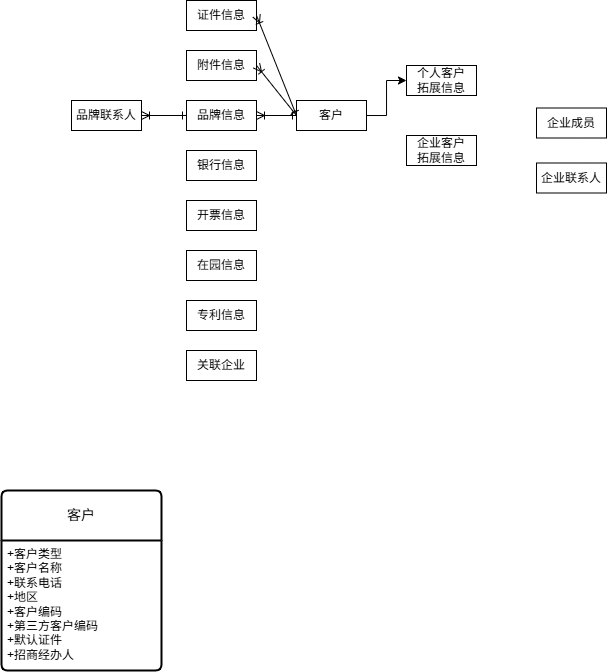
The draw.io diagram 云模方/v1.8客户关系.drawio.png in qilaohan/iodraw-files, before a commit. Source tidied: cells renumbered, new cells last; positions are measured from the earlier drawing's top-left corner, leaving out a move shared by most shapes.
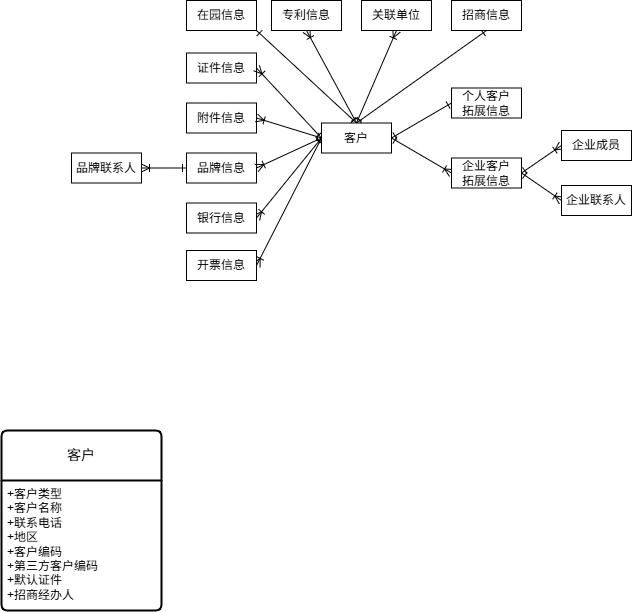
After the change.

Commit message:
更新v1.8客户关系.drawio.png

Diff of the diagram source:
```diff
@@ -2,29 +2,53 @@
   <root>
     <mxCell id="0" />
     <mxCell id="1" parent="0" />
-    <mxCell id="2" style="edgeStyle=orthogonalEdgeStyle;rounded=0;jettySize=auto;html=1;exitX=1;exitY=0.5;exitDx=0;exitDy=0;entryX=0;entryY=0.5;entryDx=0;entryDy=0;" parent="1" edge="1" source="3" target="4">
+    <mxCell id="2" style="rounded=0;jettySize=auto;html=1;exitX=1;exitY=0.5;exitDx=0;exitDy=0;entryX=0;entryY=0.5;entryDx=0;entryDy=0;startArrow=ERone;startFill=0;endArrow=ERone;endFill=0;" parent="1" edge="1" source="3" target="4">
       <mxGeometry relative="1" as="geometry" />
     </mxCell>
+    <mxCell id="23" style="rounded=0;jettySize=auto;html=1;exitX=0;exitY=0.5;exitDx=0;exitDy=0;entryX=1;entryY=0.5;entryDx=0;entryDy=0;startArrow=ERone;startFill=0;endArrow=ERoneToMany;endFill=0;" parent="1" edge="1" source="3" target="16">
+      <mxGeometry relative="1" as="geometry" />
+    </mxCell>
+    <mxCell id="24" style="rounded=0;jettySize=auto;html=1;exitX=0;exitY=0.5;exitDx=0;exitDy=0;entryX=1;entryY=0.5;entryDx=0;entryDy=0;startArrow=ERone;startFill=0;endArrow=ERoneToMany;endFill=0;" parent="1" edge="1" source="3" target="17">
+      <mxGeometry relative="1" as="geometry" />
+    </mxCell>
+    <mxCell id="25" style="rounded=0;jettySize=auto;html=1;exitX=0.5;exitY=0;exitDx=0;exitDy=0;entryX=1;entryY=1;entryDx=0;entryDy=0;startArrow=ERone;startFill=0;endArrow=ERone;endFill=0;" parent="1" edge="1" source="3" target="19">
+      <mxGeometry relative="1" as="geometry" />
+    </mxCell>
+    <mxCell id="26" style="rounded=0;jettySize=auto;html=1;exitX=0.5;exitY=0;exitDx=0;exitDy=0;entryX=0.5;entryY=1;entryDx=0;entryDy=0;startArrow=ERone;startFill=0;endArrow=ERoneToMany;endFill=0;" parent="1" edge="1" source="3" target="22">
+      <mxGeometry relative="1" as="geometry" />
+    </mxCell>
+    <mxCell id="27" style="rounded=0;jettySize=auto;html=1;exitX=0.5;exitY=0;exitDx=0;exitDy=0;entryX=0.5;entryY=1;entryDx=0;entryDy=0;startArrow=ERone;startFill=0;endArrow=ERone;endFill=0;" parent="1" edge="1" source="3" target="32">
+      <mxGeometry relative="1" as="geometry" />
+    </mxCell>
+    <mxCell id="28" style="rounded=0;jettySize=auto;html=1;exitX=1;exitY=0.5;exitDx=0;exitDy=0;entryX=0;entryY=0.5;entryDx=0;entryDy=0;startArrow=ERone;startFill=0;endArrow=ERoneToMany;endFill=0;" parent="1" edge="1" source="3" target="5">
+      <mxGeometry relative="1" as="geometry" />
+    </mxCell>
     <mxCell id="3" value="客户" style="whiteSpace=wrap;html=1;align=center;" parent="1" vertex="1">
-      <mxGeometry x="295" y="100" width="70" height="30" as="geometry" />
+      <mxGeometry x="320" y="182.5" width="70" height="30" as="geometry" />
     </mxCell>
     <mxCell id="4" value="个人客户&lt;div&gt;拓展信息&lt;/div&gt;" style="whiteSpace=wrap;html=1;align=center;" parent="1" vertex="1">
-      <mxGeometry x="405" y="65" width="70" height="30" as="geometry" />
+      <mxGeometry x="450" y="147.5" width="70" height="30" as="geometry" />
     </mxCell>
+    <mxCell id="29" style="rounded=0;jettySize=auto;html=1;exitX=1;exitY=0.5;exitDx=0;exitDy=0;entryX=0;entryY=0.5;entryDx=0;entryDy=0;startArrow=ERone;startFill=0;endArrow=ERoneToMany;endFill=0;" parent="1" edge="1" source="5" target="15">
+      <mxGeometry relative="1" as="geometry" />
+    </mxCell>
+    <mxCell id="30" style="rounded=0;jettySize=auto;html=1;exitX=1;exitY=0.5;exitDx=0;exitDy=0;entryX=0;entryY=0.5;entryDx=0;entryDy=0;startArrow=ERone;startFill=0;endArrow=ERoneToMany;endFill=0;" parent="1" edge="1" source="5" target="18">
+      <mxGeometry relative="1" as="geometry" />
+    </mxCell>
     <mxCell id="5" value="企业客户&lt;div&gt;拓展信息&lt;/div&gt;" style="whiteSpace=wrap;html=1;align=center;" parent="1" vertex="1">
-      <mxGeometry x="405" y="135" width="70" height="30" as="geometry" />
+      <mxGeometry x="450" y="217.5" width="70" height="30" as="geometry" />
     </mxCell>
     <mxCell id="6" style="edgeStyle=orthogonalEdgeStyle;rounded=0;jettySize=auto;html=1;exitX=0;exitY=0.5;exitDx=0;exitDy=0;entryX=1;entryY=0.5;entryDx=0;entryDy=0;startArrow=ERone;startFill=0;endArrow=ERoneToMany;endFill=0;" parent="1" edge="1" source="7" target="21">
       <mxGeometry relative="1" as="geometry" />
     </mxCell>
     <mxCell id="7" value="品牌信息" style="whiteSpace=wrap;html=1;align=center;" parent="1" vertex="1">
-      <mxGeometry x="185" y="100" width="70" height="30" as="geometry" />
+      <mxGeometry x="185" y="212.5" width="70" height="30" as="geometry" />
     </mxCell>
     <mxCell id="8" value="证件信息" style="whiteSpace=wrap;html=1;align=center;" parent="1" vertex="1">
-      <mxGeometry x="185" width="70" height="30" as="geometry" />
+      <mxGeometry x="185" y="112.5" width="70" height="30" as="geometry" />
     </mxCell>
     <mxCell id="9" value="附件信息" style="whiteSpace=wrap;html=1;align=center;" parent="1" vertex="1">
-      <mxGeometry x="185" y="50" width="70" height="30" as="geometry" />
+      <mxGeometry x="185" y="162.5" width="70" height="30" as="geometry" />
     </mxCell>
     <mxCell id="10" value="客户" style="swimlane;horizontal=1;startSize=50;rounded=1;fontSize=14;fontStyle=0;strokeWidth=2;shadow=0;dashed=0;align=center;arcSize=4;whiteSpace=wrap;html=1;" parent="1" vertex="1">
       <mxGeometry y="490" width="160" height="180" as="geometry" />
@@ -42,28 +66,34 @@
       <mxGeometry relative="1" as="geometry" />
     </mxCell>
     <mxCell id="15" value="企业成员" style="whiteSpace=wrap;html=1;align=center;" parent="1" vertex="1">
-      <mxGeometry x="535" y="107.5" width="70" height="30" as="geometry" />
+      <mxGeometry x="560" y="190" width="70" height="30" as="geometry" />
     </mxCell>
     <mxCell id="16" value="银行信息" style="whiteSpace=wrap;html=1;align=center;" parent="1" vertex="1">
-      <mxGeometry x="185" y="150" width="70" height="30" as="geometry" />
+      <mxGeometry x="185" y="262.5" width="70" height="30" as="geometry" />
     </mxCell>
     <mxCell id="17" value="开票信息" style="whiteSpace=wrap;html=1;align=center;" parent="1" vertex="1">
-      <mxGeometry x="185" y="200" width="70" height="30" as="geometry" />
+      <mxGeometry x="185" y="310" width="70" height="30" as="geometry" />
     </mxCell>
     <mxCell id="18" value="企业联系人" style="whiteSpace=wrap;html=1;align=center;" parent="1" vertex="1">
-      <mxGeometry x="535" y="162.5" width="70" height="30" as="geometry" />
+      <mxGeometry x="560" y="245" width="70" height="30" as="geometry" />
     </mxCell>
     <mxCell id="19" value="在园信息" style="whiteSpace=wrap;html=1;align=center;" parent="1" vertex="1">
-      <mxGeometry x="185" y="250" width="70" height="30" as="geometry" />
+      <mxGeometry x="185" y="60" width="70" height="30" as="geometry" />
     </mxCell>
+    <mxCell id="31" style="rounded=0;jettySize=auto;html=1;exitX=0.5;exitY=1;exitDx=0;exitDy=0;endArrow=ERone;endFill=0;startArrow=ERoneToMany;startFill=0;entryX=0.5;entryY=0;entryDx=0;entryDy=0;" parent="1" edge="1" source="20" target="3">
+      <mxGeometry relative="1" as="geometry" />
+    </mxCell>
     <mxCell id="20" value="专利信息" style="whiteSpace=wrap;html=1;align=center;" parent="1" vertex="1">
-      <mxGeometry x="185" y="300" width="70" height="30" as="geometry" />
+      <mxGeometry x="270" y="60" width="70" height="30" as="geometry" />
     </mxCell>
     <mxCell id="21" value="品牌联系人" style="whiteSpace=wrap;html=1;align=center;" parent="1" vertex="1">
-      <mxGeometry x="70" y="100" width="70" height="30" as="geometry" />
+      <mxGeometry x="70" y="212.5" width="70" height="30" as="geometry" />
     </mxCell>
-    <mxCell id="22" value="关联企业" style="whiteSpace=wrap;html=1;align=center;" parent="1" vertex="1">
-      <mxGeometry x="185" y="350" width="70" height="30" as="geometry" />
+    <mxCell id="22" value="关联单位" style="whiteSpace=wrap;html=1;align=center;" parent="1" vertex="1">
+      <mxGeometry x="360" y="60" width="70" height="30" as="geometry" />
     </mxCell>
+    <mxCell id="32" value="招商信息" style="whiteSpace=wrap;html=1;align=center;" parent="1" vertex="1">
+      <mxGeometry x="450" y="60" width="70" height="30" as="geometry" />
+    </mxCell>
   </root>
 </mxGraphModel>
```
